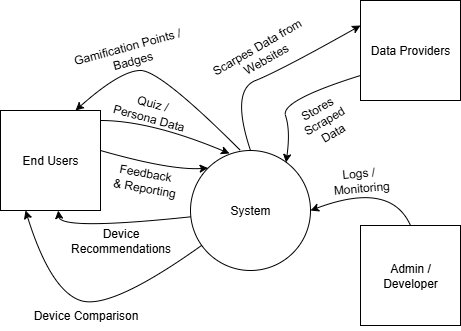
arjun-christopher/BenchSmart keeps this draw.io diagram as Documents/SDS/DF Diagram.png. Above is the earlier version. Source tidied: cells renumbered, new cells last; positions are measured from the earlier drawing's top-left corner, leaving out a move shared by most shapes. Its diagram source:
```xml
<mxGraphModel>
  <root>
    <mxCell id="0" />
    <mxCell id="1" parent="0" />
    <mxCell id="2" value="End Users" style="whiteSpace=wrap;html=1;" parent="1" vertex="1">
      <mxGeometry y="110" width="100" height="100" as="geometry" />
    </mxCell>
    <mxCell id="3" value="Admin /&lt;div&gt;Developer&lt;/div&gt;" style="whiteSpace=wrap;html=1;" parent="1" vertex="1">
      <mxGeometry x="360" y="225" width="100" height="100" as="geometry" />
    </mxCell>
    <mxCell id="4" value="Data Providers" style="whiteSpace=wrap;html=1;" parent="1" vertex="1">
      <mxGeometry x="360" width="100" height="100" as="geometry" />
    </mxCell>
    <mxCell id="5" value="System" style="ellipse;whiteSpace=wrap;html=1;" parent="1" vertex="1">
      <mxGeometry x="190" y="150" width="120" height="120" as="geometry" />
    </mxCell>
    <mxCell id="6" style="curved=1;endArrow=classic;html=1;rounded=0;exitX=0.5;exitY=0;exitDx=0;exitDy=0;entryX=0;entryY=0.25;entryDx=0;entryDy=0;" parent="1" edge="1" source="5" target="4">
      <mxGeometry relative="1" as="geometry">
        <Array as="points">
          <mxPoint x="230" y="90" />
          <mxPoint x="280" y="70" />
        </Array>
      </mxGeometry>
    </mxCell>
    <mxCell id="7" value="Scarpes Data from&lt;div&gt;&amp;nbsp;Websites&lt;/div&gt;" style="text;html=1;align=center;verticalAlign=middle;strokeColor=none;fillColor=none;rotation=-30;" parent="1" vertex="1">
      <mxGeometry x="200" y="33" width="120" height="40" as="geometry" />
    </mxCell>
    <mxCell id="8" style="curved=1;endArrow=classic;html=1;rounded=0;exitX=0;exitY=0.75;exitDx=0;exitDy=0;entryX=0.796;entryY=0.1;entryDx=0;entryDy=0;entryPerimeter=0;" parent="1" edge="1" source="4" target="5">
      <mxGeometry relative="1" as="geometry">
        <Array as="points">
          <mxPoint x="280" y="100" />
          <mxPoint x="290" y="130" />
        </Array>
      </mxGeometry>
    </mxCell>
    <mxCell id="9" value="Stores&amp;nbsp;&lt;div&gt;Scraped&amp;nbsp;&lt;/div&gt;&lt;div&gt;Data&lt;/div&gt;" style="text;html=1;align=center;verticalAlign=middle;strokeColor=none;fillColor=none;rotation=-30;" parent="1" vertex="1">
      <mxGeometry x="290" y="90" width="70" height="60" as="geometry" />
    </mxCell>
    <mxCell id="10" style="curved=1;endArrow=classic;html=1;rounded=0;entryX=1;entryY=0.5;entryDx=0;entryDy=0;exitX=0.5;exitY=0;exitDx=0;exitDy=0;" parent="1" edge="1" source="3" target="5">
      <mxGeometry relative="1" as="geometry">
        <Array as="points">
          <mxPoint x="390" y="180" />
        </Array>
      </mxGeometry>
    </mxCell>
    <mxCell id="11" value="Logs /&amp;nbsp;&lt;div&gt;Monitoring&lt;/div&gt;" style="text;html=1;align=center;verticalAlign=middle;strokeColor=none;fillColor=none;rotation=-5;" parent="1" vertex="1">
      <mxGeometry x="320" y="160" width="80" height="40" as="geometry" />
    </mxCell>
    <mxCell id="12" style="curved=1;endArrow=classic;html=1;rounded=0;" parent="1" edge="1">
      <mxGeometry relative="1" as="geometry">
        <mxPoint x="100" y="120" as="sourcePoint" />
        <mxPoint x="229" y="153" as="targetPoint" />
        <Array as="points">
          <mxPoint x="150" y="120" />
        </Array>
      </mxGeometry>
    </mxCell>
    <mxCell id="13" value="Quiz /&lt;div&gt;Persona Data&lt;/div&gt;" style="text;html=1;align=center;verticalAlign=middle;strokeColor=none;fillColor=none;rotation=15;" parent="1" vertex="1">
      <mxGeometry x="100" y="90" width="100" height="40" as="geometry" />
    </mxCell>
    <mxCell id="14" style="curved=1;endArrow=classic;html=1;rounded=0;entryX=0.577;entryY=1;entryDx=0;entryDy=0;entryPerimeter=0;" parent="1" edge="1" source="5" target="2">
      <mxGeometry relative="1" as="geometry">
        <Array as="points">
          <mxPoint x="60" y="230" />
        </Array>
      </mxGeometry>
    </mxCell>
    <mxCell id="15" value="Device&lt;div&gt;Recommendations&lt;/div&gt;" style="text;html=1;align=center;verticalAlign=middle;strokeColor=none;fillColor=none;rotation=0;" parent="1" vertex="1">
      <mxGeometry x="60" y="220" width="120" height="40" as="geometry" />
    </mxCell>
    <mxCell id="16" style="curved=1;endArrow=classic;html=1;rounded=0;exitX=1;exitY=0.4;exitDx=0;exitDy=0;exitPerimeter=0;entryX=0;entryY=0;entryDx=0;entryDy=0;" parent="1" edge="1" source="2" target="5">
      <mxGeometry relative="1" as="geometry">
        <Array as="points">
          <mxPoint x="170" y="170" />
        </Array>
      </mxGeometry>
    </mxCell>
    <mxCell id="17" value="Feedback&amp;nbsp;&lt;div&gt;&amp;amp; Reporting&lt;/div&gt;" style="text;html=1;align=center;verticalAlign=middle;strokeColor=none;fillColor=none;rotation=10;" parent="1" vertex="1">
      <mxGeometry x="100" y="160" width="90" height="40" as="geometry" />
    </mxCell>
    <mxCell id="18" style="curved=1;endArrow=classic;html=1;rounded=0;entryX=0.25;entryY=1;entryDx=0;entryDy=0;" parent="1" edge="1" source="5" target="2">
      <mxGeometry relative="1" as="geometry">
        <Array as="points">
          <mxPoint x="110" y="310" />
          <mxPoint x="50" y="290" />
        </Array>
      </mxGeometry>
    </mxCell>
    <mxCell id="19" value="Device Comparison" style="text;html=1;align=center;verticalAlign=middle;strokeColor=none;fillColor=none;rotation=0;" parent="1" vertex="1">
      <mxGeometry x="20" y="300" width="130" height="30" as="geometry" />
    </mxCell>
    <mxCell id="20" style="curved=1;endArrow=classic;html=1;rounded=0;entryX=0.75;entryY=0;entryDx=0;entryDy=0;" parent="1" edge="1" target="2">
      <mxGeometry relative="1" as="geometry">
        <mxPoint x="240" y="150" as="sourcePoint" />
        <Array as="points">
          <mxPoint x="160" y="70" />
          <mxPoint x="120" y="70" />
        </Array>
      </mxGeometry>
    </mxCell>
    <mxCell id="21" value="Gamification Points /&amp;nbsp;&lt;div&gt;Badges&lt;/div&gt;" style="text;html=1;align=center;verticalAlign=middle;strokeColor=none;fillColor=none;rotation=-15;" parent="1" vertex="1">
      <mxGeometry x="60" y="33" width="140" height="40" as="geometry" />
    </mxCell>
  </root>
</mxGraphModel>
```
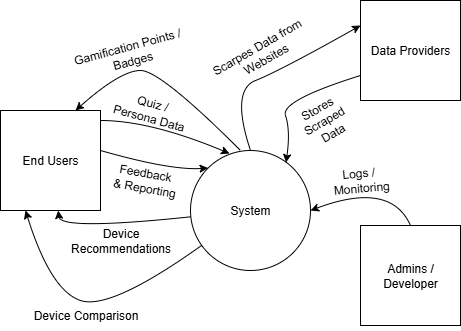
After the change.

Commit message:
Update data flow diagram for SDS

Refined the draw.io and PNG versions of the data flow diagram in the SDS documentation. Changes include label updates (e.g., 'Admin / Developer' to 'Admins / Developers') and minor diagram adjustments for clarity.

The edit, as a diff of the source:
```diff
@@ -5,7 +5,7 @@
     <mxCell id="2" value="End Users" style="whiteSpace=wrap;html=1;" parent="1" vertex="1">
       <mxGeometry y="110" width="100" height="100" as="geometry" />
     </mxCell>
-    <mxCell id="3" value="Admin /&lt;div&gt;Developer&lt;/div&gt;" style="whiteSpace=wrap;html=1;" parent="1" vertex="1">
+    <mxCell id="3" value="Admins /&lt;div&gt;Developer&lt;/div&gt;" style="whiteSpace=wrap;html=1;" parent="1" vertex="1">
       <mxGeometry x="360" y="225" width="100" height="100" as="geometry" />
     </mxCell>
     <mxCell id="4" value="Data Providers" style="whiteSpace=wrap;html=1;" parent="1" vertex="1">
```
